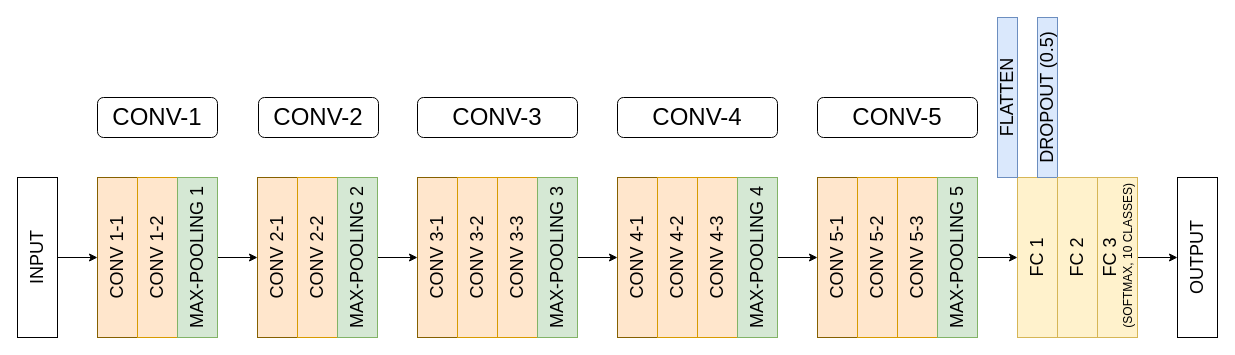
BiancaMass/EuroSAT_classification keeps this draw.io diagram as images/My_VGG16.drawio. Above is the earlier version. Source tidied: cells renumbered, new cells numbered last; positions are measured from the earlier drawing's top-left corner, leaving out a move shared by most shapes. Both pictures are drawn from the tidied source at 100%, with x=0, y=0 at pixel (-43, 87).
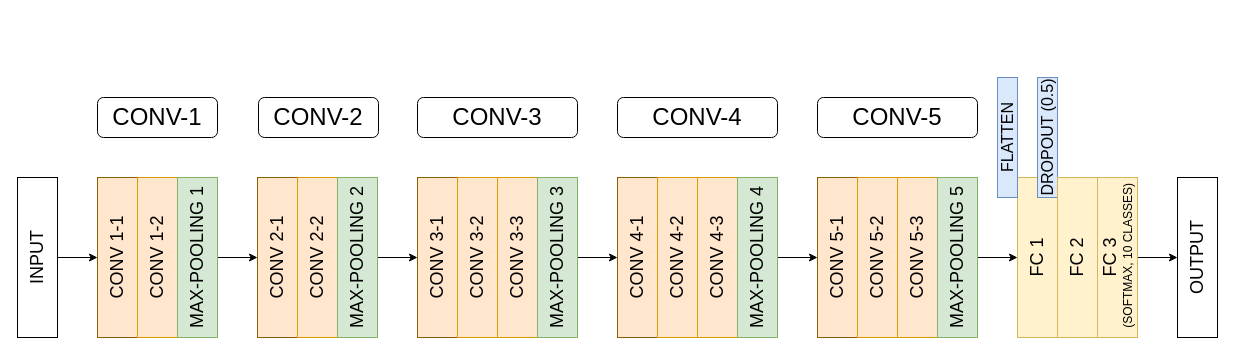
Above is the later version.

Commit message:
Aesthetics tweaks

Diff of the diagram source:
```diff
@@
-    <mxCell id="28" value="&lt;div&gt;&lt;font style=&quot;font-size: 18px&quot;&gt;DROPOUT (0.5)&lt;/font&gt;&lt;/div&gt;" style="rounded=0;whiteSpace=wrap;html=1;rotation=-90;fillColor=#dae8fc;strokeColor=#6c8ebf;" parent="1" vertex="1">
-      <mxGeometry x="1010" width="160" height="20" as="geometry" />
+    <mxCell id="28" value="&lt;div style=&quot;font-size: 16px&quot;&gt;&lt;font style=&quot;font-size: 16px&quot;&gt;DROPOUT (0.5)&lt;/font&gt;&lt;/div&gt;" style="rounded=0;whiteSpace=wrap;html=1;rotation=-90;fillColor=#dae8fc;strokeColor=#6c8ebf;" parent="1" vertex="1">
+      <mxGeometry x="1030" y="40" width="120" height="20" as="geometry" />
     </mxCell>
-    <mxCell id="29" value="&lt;font style=&quot;font-size: 18px&quot;&gt;FLATTEN&lt;/font&gt;" style="rounded=0;whiteSpace=wrap;html=1;rotation=-90;fillColor=#dae8fc;strokeColor=#6c8ebf;" parent="1" vertex="1">
-      <mxGeometry x="970" width="160" height="20" as="geometry" />
+    <mxCell id="29" value="&lt;font style=&quot;font-size: 16px&quot;&gt;FLATTEN&lt;/font&gt;" style="rounded=0;whiteSpace=wrap;html=1;rotation=-90;fillColor=#dae8fc;strokeColor=#6c8ebf;" parent="1" vertex="1">
+      <mxGeometry x="990" y="40" width="120" height="20" as="geometry" />
     </mxCell>
```
